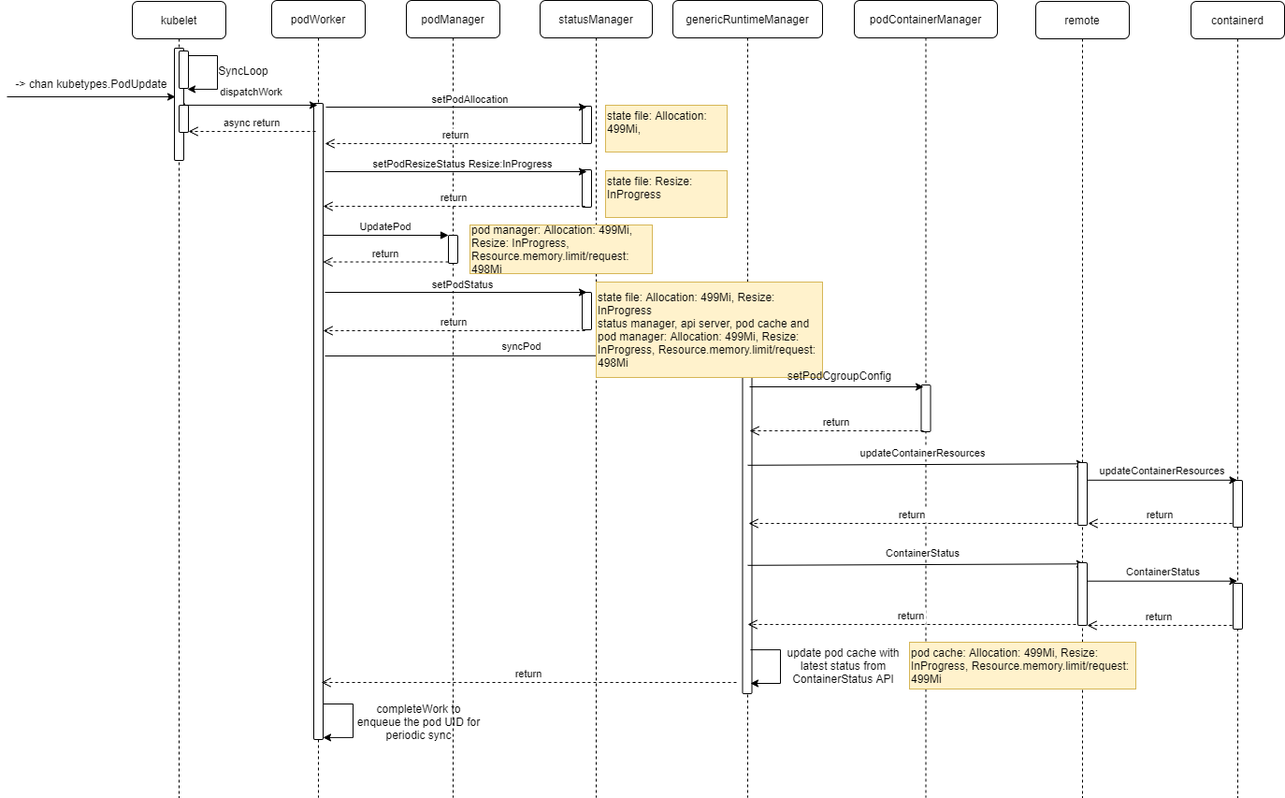
The draw.io diagram worklog/vertical scaling1.drawio.png in ichbinblau/OTC_Work_Log, before a commit. Source tidied: cells renumbered, new cells last; positions are measured from the earlier drawing's top-left corner, leaving out a move shared by most shapes.
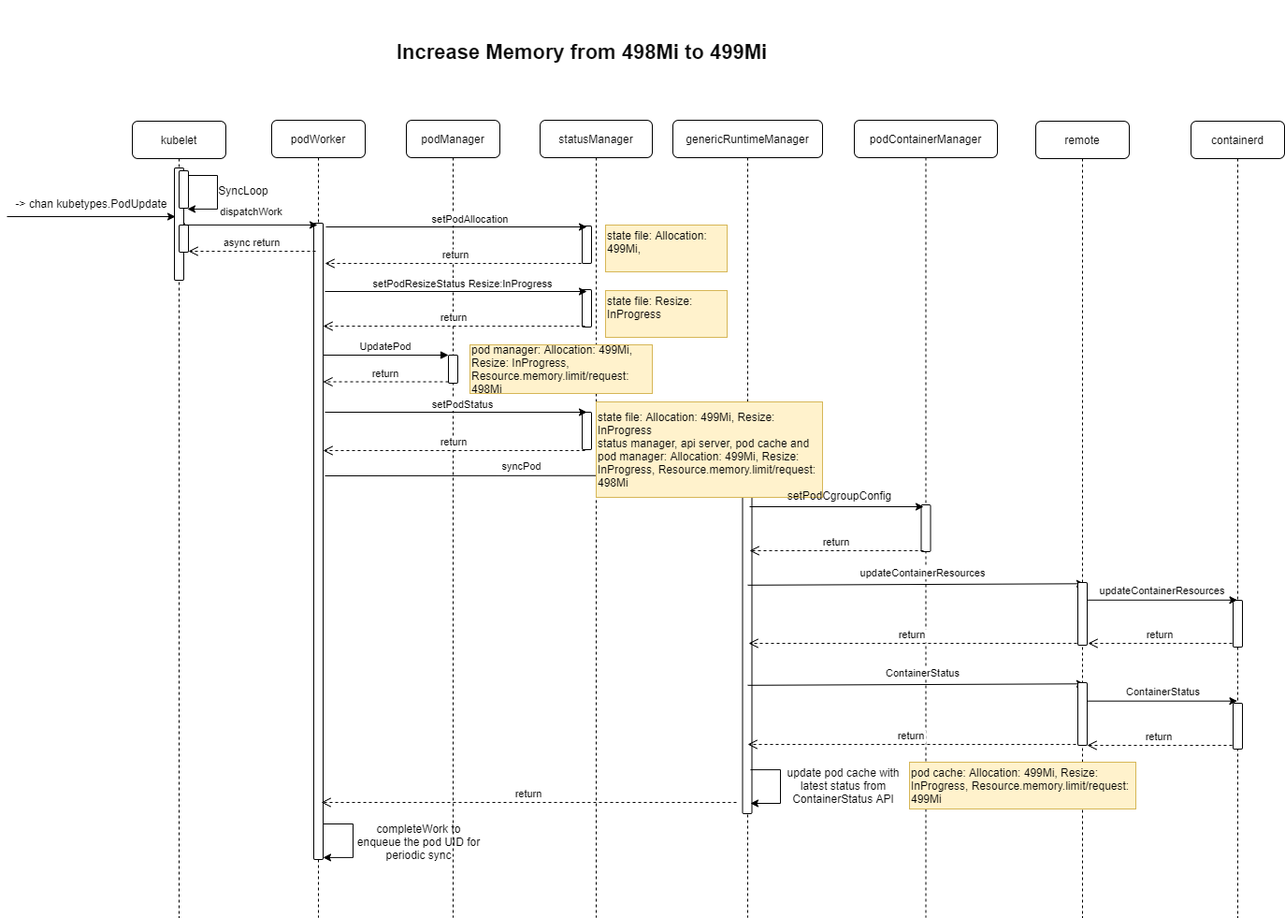
The same file after the commit.

The edit, as a diff of the source:
```diff
@@ -317,5 +317,8 @@
     <mxCell id="69" value="&lt;div&gt;&lt;span&gt;pod cache: Allocation: 499Mi, Resize: InProgress, Resource.memory.limit/request: 499Mi&lt;/span&gt;&lt;br&gt;&lt;/div&gt;" style="text;html=1;strokeColor=#d6b656;fillColor=#fff2cc;align=left;verticalAlign=middle;whiteSpace=wrap;rounded=0;" parent="1" vertex="1">
       <mxGeometry x="965" y="686" width="242" height="50" as="geometry" />
     </mxCell>
+    <mxCell id="70" value="&lt;font color=&quot;#080808&quot; style=&quot;font-size: 22px;&quot;&gt;Increase Memory from 498Mi to 499Mi&lt;/font&gt;" style="text;html=1;strokeColor=none;fillColor=none;align=center;verticalAlign=middle;whiteSpace=wrap;rounded=0;sketch=0;fontColor=#5AA9E6;fontStyle=1;fontSize=22;" parent="1" vertex="1">
+      <mxGeometry x="355" y="-128" width="520" height="110" as="geometry" />
+    </mxCell>
   </root>
 </mxGraphModel>
```
